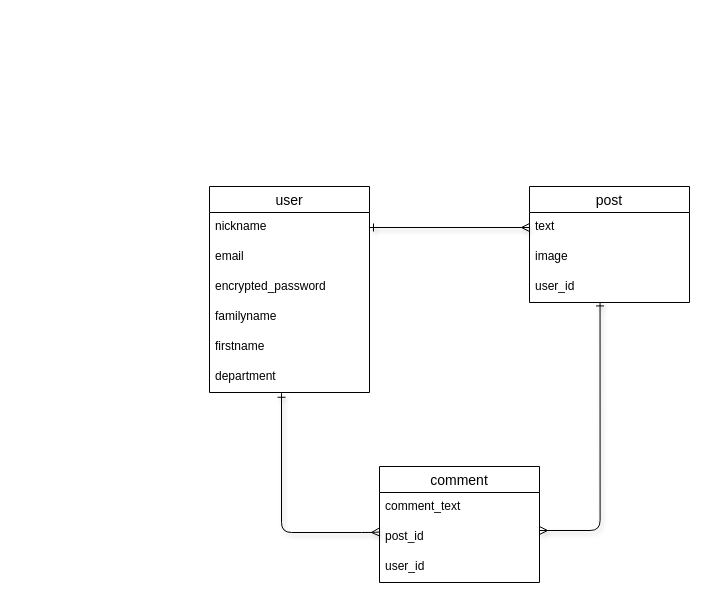
ConniConni/joinunion keeps this draw.io diagram as joinunion.dio. Above is the earlier version. Source tidied: cells renumbered, new cells numbered last; positions are measured from the earlier drawing's top-left corner, leaving out a move shared by most shapes. Both pictures are drawn from the tidied source at 100%, with x=0, y=0 at pixel (209, 186).
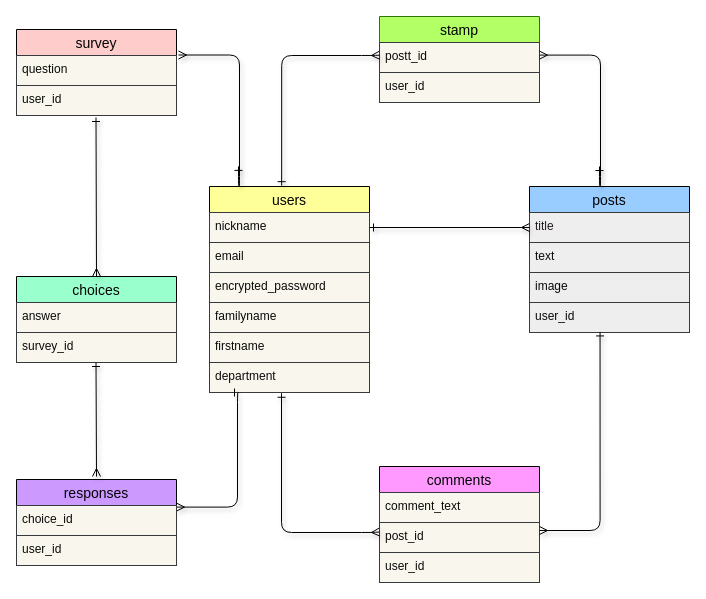
Above is the later version.

What changed in the source:
```diff
@@
-    <mxCell id="2" value="user" style="swimlane;fontStyle=0;horizontal=1;startSize=26;align=center;fontSize=14;" parent="1" vertex="1">
+    <mxCell id="2" value="users" style="swimlane;fontStyle=0;horizontal=1;startSize=26;align=center;fontSize=14;fillColor=#FFFF99;fontColor=#030303;" parent="1" vertex="1">
       <mxGeometry width="160" height="206" as="geometry" />
     </mxCell>
-    <mxCell id="3" value="nickname" style="text;strokeColor=none;fillColor=none;spacingLeft=4;spacingRight=4;overflow=hidden;points=[[0,0.5],[1,0.5]];portConstraint=eastwest;fontSize=12;" parent="2" vertex="1">
+    <mxCell id="3" value="nickname" style="text;strokeColor=#36393d;fillColor=#f9f7ed;spacingLeft=4;spacingRight=4;overflow=hidden;points=[[0,0.5],[1,0.5]];portConstraint=eastwest;fontSize=12;fontColor=#0A0A0A;" parent="2" vertex="1">
       <mxGeometry y="26" width="160" height="30" as="geometry" />
     </mxCell>
-    <mxCell id="4" value="email" style="text;strokeColor=none;fillColor=none;spacingLeft=4;spacingRight=4;overflow=hidden;fontSize=12;" parent="2" vertex="1">
+    <mxCell id="4" value="email" style="text;strokeColor=#36393d;fillColor=#f9f7ed;spacingLeft=4;spacingRight=4;overflow=hidden;fontSize=12;fontColor=#0A0A0A;" parent="2" vertex="1">
       <mxGeometry y="56" width="160" height="30" as="geometry" />
     </mxCell>
-    <mxCell id="5" value="encrypted_password" style="text;strokeColor=none;fillColor=none;spacingLeft=4;spacingRight=4;overflow=hidden;fontSize=12;" parent="2" vertex="1">
+    <mxCell id="5" value="encrypted_password" style="text;strokeColor=#36393d;fillColor=#f9f7ed;spacingLeft=4;spacingRight=4;overflow=hidden;fontSize=12;fontColor=#0A0A0A;" parent="2" vertex="1">
       <mxGeometry y="86" width="160" height="30" as="geometry" />
     </mxCell>
-    <mxCell id="6" value="familyname" style="text;strokeColor=none;fillColor=none;spacingLeft=4;spacingRight=4;overflow=hidden;fontSize=12;" parent="2" vertex="1">
+    <mxCell id="6" value="familyname" style="text;strokeColor=#36393d;fillColor=#f9f7ed;spacingLeft=4;spacingRight=4;overflow=hidden;fontSize=12;fontColor=#0A0A0A;" parent="2" vertex="1">
       <mxGeometry y="116" width="160" height="30" as="geometry" />
     </mxCell>
-    <mxCell id="7" value="firstname" style="text;strokeColor=none;fillColor=none;spacingLeft=4;spacingRight=4;overflow=hidden;fontSize=12;" parent="2" vertex="1">
+    <mxCell id="7" value="firstname" style="text;strokeColor=#36393d;fillColor=#f9f7ed;spacingLeft=4;spacingRight=4;overflow=hidden;fontSize=12;fontColor=#0A0A0A;" parent="2" vertex="1">
       <mxGeometry y="146" width="160" height="30" as="geometry" />
     </mxCell>
-    <mxCell id="8" value="department" style="text;strokeColor=none;fillColor=none;spacingLeft=4;spacingRight=4;overflow=hidden;points=[[0,0.5],[1,0.5]];portConstraint=eastwest;fontSize=12;" parent="2" vertex="1">
+    <mxCell id="8" value="department" style="text;strokeColor=#36393d;fillColor=#f9f7ed;spacingLeft=4;spacingRight=4;overflow=hidden;points=[[0,0.5],[1,0.5]];portConstraint=eastwest;fontSize=12;fontColor=#0A0A0A;" parent="2" vertex="1">
       <mxGeometry y="176" width="160" height="30" as="geometry" />
     </mxCell>
-    <mxCell id="9" value="post" style="swimlane;fontStyle=0;horizontal=1;startSize=26;align=center;fontSize=14;" parent="1" vertex="1">
-      <mxGeometry x="320" width="160" height="116" as="geometry" />
+    <mxCell id="9" value="posts" style="swimlane;fontStyle=0;horizontal=1;startSize=26;align=center;fontSize=14;fillColor=#99CCFF;fontColor=#030303;" parent="1" vertex="1">
+      <mxGeometry x="320" width="160" height="146" as="geometry" />
     </mxCell>
-    <mxCell id="10" value="text" style="text;strokeColor=none;fillColor=none;spacingLeft=4;spacingRight=4;overflow=hidden;points=[[0,0.5],[1,0.5]];portConstraint=eastwest;fontSize=12;" parent="9" vertex="1">
+    <mxCell id="10" value="title" style="text;strokeColor=#36393d;fillColor=#eeeeee;spacingLeft=4;spacingRight=4;overflow=hidden;points=[[0,0.5],[1,0.5]];portConstraint=eastwest;fontSize=12;fontColor=#221b1b;" parent="9" vertex="1">
       <mxGeometry y="26" width="160" height="30" as="geometry" />
     </mxCell>
+    <mxCell id="20" value="text" style="text;strokeColor=#36393d;fillColor=#eeeeee;spacingLeft=4;spacingRight=4;overflow=hidden;fontSize=12;fontColor=#0A0A0A;" parent="9" vertex="1">
+      <mxGeometry y="56" width="160" height="30" as="geometry" />
+    </mxCell>
-    <mxCell id="11" value="image" style="text;strokeColor=none;fillColor=none;spacingLeft=4;spacingRight=4;overflow=hidden;fontSize=12;" parent="9" vertex="1">
-      <mxGeometry y="56" width="160" height="30" as="geometry" />
+    <mxCell id="11" value="image" style="text;strokeColor=#36393d;fillColor=#eeeeee;spacingLeft=4;spacingRight=4;overflow=hidden;fontSize=12;fontColor=#0A0A0A;" parent="9" vertex="1">
+      <mxGeometry y="86" width="160" height="30" as="geometry" />
     </mxCell>
-    <mxCell id="12" value="user_id" style="text;strokeColor=none;fillColor=none;spacingLeft=4;spacingRight=4;overflow=hidden;points=[[0,0.5],[1,0.5]];portConstraint=eastwest;fontSize=12;" parent="9" vertex="1">
-      <mxGeometry y="86" width="160" height="30" as="geometry" />
+    <mxCell id="12" value="user_id" style="text;strokeColor=#36393d;fillColor=#eeeeee;spacingLeft=4;spacingRight=4;overflow=hidden;points=[[0,0.5],[1,0.5]];portConstraint=eastwest;fontSize=12;fontColor=#0A0A0A;" parent="9" vertex="1">
+      <mxGeometry y="116" width="160" height="30" as="geometry" />
     </mxCell>
-    <mxCell id="13" value="comment" style="swimlane;fontStyle=0;horizontal=1;startSize=26;align=center;fontSize=14;" parent="1" vertex="1">
+    <mxCell id="13" value="comments" style="swimlane;fontStyle=0;horizontal=1;startSize=26;align=center;fontSize=14;fillColor=#FF99FF;fontColor=#030303;labelBackgroundColor=none;labelBorderColor=none;" parent="1" vertex="1">
       <mxGeometry x="170" y="280" width="160" height="116" as="geometry" />
     </mxCell>
-    <mxCell id="14" value="comment_text" style="text;strokeColor=none;fillColor=none;spacingLeft=4;spacingRight=4;overflow=hidden;fontSize=12;" parent="13" vertex="1">
+    <mxCell id="14" value="comment_text" style="text;strokeColor=#36393d;fillColor=#f9f7ed;spacingLeft=4;spacingRight=4;overflow=hidden;fontSize=12;labelBackgroundColor=none;labelBorderColor=none;fontColor=#0A0A0A;" parent="13" vertex="1">
       <mxGeometry y="26" width="160" height="30" as="geometry" />
     </mxCell>
-    <mxCell id="15" value="post_id" style="text;strokeColor=none;fillColor=none;spacingLeft=4;spacingRight=4;overflow=hidden;fontSize=12;" parent="13" vertex="1">
+    <mxCell id="15" value="post_id" style="text;strokeColor=#36393d;fillColor=#f9f7ed;spacingLeft=4;spacingRight=4;overflow=hidden;fontSize=12;labelBackgroundColor=none;labelBorderColor=none;fontColor=#0A0A0A;" parent="13" vertex="1">
       <mxGeometry y="56" width="160" height="30" as="geometry" />
     </mxCell>
-    <mxCell id="16" value="user_id" style="text;strokeColor=none;fillColor=none;spacingLeft=4;spacingRight=4;overflow=hidden;fontSize=12;" parent="13" vertex="1">
+    <mxCell id="16" value="user_id" style="text;strokeColor=#36393d;fillColor=#f9f7ed;spacingLeft=4;spacingRight=4;overflow=hidden;fontSize=12;labelBackgroundColor=none;labelBorderColor=none;fontColor=#0A0A0A;" parent="13" vertex="1">
       <mxGeometry y="86" width="160" height="30" as="geometry" />
     </mxCell>
-    <mxCell id="17" style="edgeStyle=none;html=1;entryX=0;entryY=0.5;entryDx=0;entryDy=0;strokeColor=default;jumpStyle=none;shadow=1;endArrow=ERmany;endFill=0;startArrow=ERone;startFill=0;" parent="1" edge="1" source="3" target="10">
+    <mxCell id="17" style="edgeStyle=none;html=1;entryX=0;entryY=0.5;entryDx=0;entryDy=0;strokeColor=default;jumpStyle=none;shadow=1;endArrow=ERmany;endFill=0;startArrow=ERone;startFill=0;fontColor=#030303;" parent="1" edge="1" source="3" target="10">
       <mxGeometry relative="1" as="geometry" />
     </mxCell>
-    <mxCell id="18" style="edgeStyle=orthogonalEdgeStyle;html=1;strokeColor=default;jumpStyle=none;shadow=1;endArrow=ERmany;endFill=0;startArrow=ERone;startFill=0;exitX=0.441;exitY=0.981;exitDx=0;exitDy=0;exitPerimeter=0;" parent="1" edge="1" source="12">
+    <mxCell id="18" style="edgeStyle=orthogonalEdgeStyle;html=1;strokeColor=default;jumpStyle=none;shadow=1;endArrow=ERmany;endFill=0;startArrow=ERone;startFill=0;exitX=0.441;exitY=0.981;exitDx=0;exitDy=0;exitPerimeter=0;fontColor=#030303;" parent="1" edge="1" source="12">
       <mxGeometry relative="1" as="geometry">
         <mxPoint x="330" y="344" as="targetPoint" />
         <Array as="points">
           <mxPoint x="391" y="344" />
         </Array>
       </mxGeometry>
     </mxCell>
-    <mxCell id="19" style="edgeStyle=orthogonalEdgeStyle;html=1;strokeColor=default;jumpStyle=none;shadow=1;endArrow=ERmany;endFill=0;startArrow=ERone;startFill=0;entryX=-0.014;entryY=0.082;entryDx=0;entryDy=0;entryPerimeter=0;exitX=0.45;exitY=1.025;exitDx=0;exitDy=0;exitPerimeter=0;" parent="1" edge="1" source="8">
+    <mxCell id="19" style="edgeStyle=orthogonalEdgeStyle;html=1;strokeColor=default;jumpStyle=none;shadow=1;endArrow=ERmany;endFill=0;startArrow=ERone;startFill=0;entryX=-0.014;entryY=0.082;entryDx=0;entryDy=0;entryPerimeter=0;exitX=0.45;exitY=1.025;exitDx=0;exitDy=0;exitPerimeter=0;fontColor=#030303;" parent="1" edge="1" source="8">
       <mxGeometry relative="1" as="geometry">
         <mxPoint x="170" y="345.5" as="targetPoint" />
         <Array as="points">
           <mxPoint x="72" y="346" />
           <mxPoint x="162" y="346" />
         </Array>
       </mxGeometry>
     </mxCell>
+    <mxCell id="21" value="stamp" style="swimlane;fontStyle=0;horizontal=1;startSize=26;align=center;fontSize=14;fillColor=#B3FF66;fontColor=#030303;strokeColor=#2D7600;" parent="1" vertex="1">
+      <mxGeometry x="170" y="-170" width="160" height="86" as="geometry" />
+    </mxCell>
+    <mxCell id="22" value="postt_id" style="text;strokeColor=#36393d;fillColor=#f9f7ed;spacingLeft=4;spacingRight=4;overflow=hidden;fontSize=12;fontColor=#0A0A0A;" parent="21" vertex="1">
+      <mxGeometry y="26" width="160" height="30" as="geometry" />
+    </mxCell>
+    <mxCell id="23" value="user_id" style="text;strokeColor=#36393d;fillColor=#f9f7ed;spacingLeft=4;spacingRight=4;overflow=hidden;fontSize=12;fontColor=#0A0A0A;" parent="21" vertex="1">
+      <mxGeometry y="56" width="160" height="30" as="geometry" />
+    </mxCell>
+    <mxCell id="24" style="edgeStyle=orthogonalEdgeStyle;html=1;strokeColor=default;jumpStyle=none;shadow=1;endArrow=ERmany;endFill=0;startArrow=ERone;startFill=0;fontColor=#030303;" parent="1" edge="1">
+      <mxGeometry relative="1" as="geometry">
+        <mxPoint x="390" y="-20" as="sourcePoint" />
+        <mxPoint x="330" y="-131.4" as="targetPoint" />
+        <Array as="points">
+          <mxPoint x="390" />
+          <mxPoint x="391" />
+          <mxPoint x="391" y="-131" />
+        </Array>
+      </mxGeometry>
+    </mxCell>
+    <mxCell id="25" style="edgeStyle=orthogonalEdgeStyle;html=1;strokeColor=default;jumpStyle=none;shadow=1;endArrow=ERmany;endFill=0;startArrow=ERone;startFill=0;entryX=-0.014;entryY=0.082;entryDx=0;entryDy=0;entryPerimeter=0;exitX=0.451;exitY=-0.004;exitDx=0;exitDy=0;exitPerimeter=0;fontColor=#030303;" parent="1" edge="1" source="2">
+      <mxGeometry relative="1" as="geometry">
+        <mxPoint x="170" y="-131.3" as="targetPoint" />
+        <Array as="points">
+          <mxPoint x="72" y="-131" />
+          <mxPoint x="162" y="-131" />
+        </Array>
+      </mxGeometry>
+    </mxCell>
+    <mxCell id="26" value="survey" style="swimlane;fontStyle=0;horizontal=1;startSize=26;align=center;fontSize=14;fillColor=#FFCCCC;fontColor=#030303;" parent="1" vertex="1">
+      <mxGeometry x="-193" y="-157" width="160" height="86" as="geometry" />
+    </mxCell>
+    <mxCell id="27" value="question" style="text;strokeColor=#36393d;fillColor=#f9f7ed;spacingLeft=4;spacingRight=4;overflow=hidden;fontSize=12;fontColor=#0A0A0A;" parent="26" vertex="1">
+      <mxGeometry y="26" width="160" height="30" as="geometry" />
+    </mxCell>
+    <mxCell id="28" value="user_id" style="text;strokeColor=#36393d;fillColor=#f9f7ed;spacingLeft=4;spacingRight=4;overflow=hidden;fontSize=12;fontColor=#0A0A0A;" parent="26" vertex="1">
+      <mxGeometry y="56" width="160" height="30" as="geometry" />
+    </mxCell>
+    <mxCell id="29" style="edgeStyle=orthogonalEdgeStyle;html=1;strokeColor=default;jumpStyle=none;shadow=1;endArrow=ERmany;endFill=0;startArrow=ERone;startFill=0;fontColor=#030303;" parent="1" edge="1">
+      <mxGeometry y="56" relative="1" as="geometry">
+        <mxPoint x="29" y="-20.1" as="sourcePoint" />
+        <mxPoint x="-31" y="-131.5" as="targetPoint" />
+        <Array as="points">
+          <mxPoint x="29" y="-0.1" />
+          <mxPoint x="30" y="-0.1" />
+          <mxPoint x="30" y="-131.1" />
+        </Array>
+      </mxGeometry>
+    </mxCell>
+    <mxCell id="30" style="edgeStyle=orthogonalEdgeStyle;html=1;strokeColor=default;jumpStyle=none;shadow=1;endArrow=ERmany;endFill=0;startArrow=ERone;startFill=0;fontColor=#030303;" parent="1" edge="1">
+      <mxGeometry relative="1" as="geometry">
+        <mxPoint x="29" y="206" as="sourcePoint" />
+        <mxPoint x="-33" y="320.6" as="targetPoint" />
+        <Array as="points">
+          <mxPoint x="28" y="320.6" />
+        </Array>
+      </mxGeometry>
+    </mxCell>
+    <mxCell id="31" value="responses" style="swimlane;fontStyle=0;horizontal=1;startSize=26;align=center;fontSize=14;fillColor=#CC99FF;fontColor=#030303;" parent="1" vertex="1">
+      <mxGeometry x="-193" y="293" width="160" height="86" as="geometry" />
+    </mxCell>
+    <mxCell id="32" value="choice_id" style="text;strokeColor=#36393d;fillColor=#f9f7ed;spacingLeft=4;spacingRight=4;overflow=hidden;fontSize=12;fontColor=#0A0A0A;" parent="31" vertex="1">
+      <mxGeometry y="26" width="160" height="30" as="geometry" />
+    </mxCell>
+    <mxCell id="33" value="user_id" style="text;strokeColor=#36393d;fillColor=#f9f7ed;spacingLeft=4;spacingRight=4;overflow=hidden;fontSize=12;fontColor=#0A0A0A;" parent="31" vertex="1">
+      <mxGeometry y="56" width="160" height="30" as="geometry" />
+    </mxCell>
+    <mxCell id="34" value="choices" style="swimlane;fontStyle=0;horizontal=1;startSize=26;align=center;fontSize=14;fillColor=#99FFCC;fontColor=#030303;" parent="1" vertex="1">
+      <mxGeometry x="-193" y="90" width="160" height="86" as="geometry" />
+    </mxCell>
+    <mxCell id="35" value="answer" style="text;strokeColor=#36393d;fillColor=#f9f7ed;spacingLeft=4;spacingRight=4;overflow=hidden;fontSize=12;fontColor=#0A0A0A;" parent="34" vertex="1">
+      <mxGeometry y="26" width="160" height="30" as="geometry" />
+    </mxCell>
+    <mxCell id="36" value="survey_id" style="text;strokeColor=#36393d;fillColor=#f9f7ed;spacingLeft=4;spacingRight=4;overflow=hidden;fontSize=12;fontColor=#0A0A0A;" parent="34" vertex="1">
+      <mxGeometry y="56" width="160" height="30" as="geometry" />
+    </mxCell>
+    <mxCell id="37" style="edgeStyle=none;html=1;strokeColor=default;jumpStyle=none;shadow=1;endArrow=ERmany;endFill=0;startArrow=ERone;startFill=0;entryX=0.5;entryY=0;entryDx=0;entryDy=0;fontColor=#030303;" parent="1" edge="1" target="34">
+      <mxGeometry relative="1" as="geometry">
+        <mxPoint x="-113.5" y="-69" as="sourcePoint" />
+      </mxGeometry>
+    </mxCell>
+    <mxCell id="38" style="edgeStyle=none;html=1;strokeColor=default;jumpStyle=none;shadow=1;endArrow=ERmany;endFill=0;startArrow=ERone;startFill=0;fontColor=#030303;" parent="1" edge="1">
+      <mxGeometry relative="1" as="geometry">
+        <mxPoint x="-113.5" y="176" as="sourcePoint" />
+        <mxPoint x="-113" y="290" as="targetPoint" />
+      </mxGeometry>
+    </mxCell>
```
